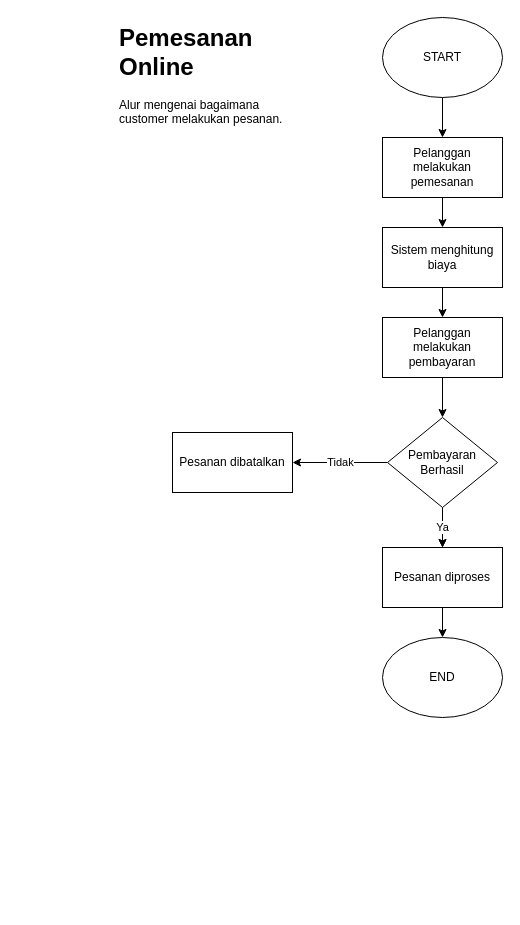
Above: page "Pemesanan Online" (1 of 2) of booking-flowchart.drawio in arzaqulmughny/cucicuci-laundry-management (draw.io), before the change. Source tidied: cells renumbered, new cells numbered last; positions are measured from the earlier drawing's top-left corner, leaving out a move shared by most shapes. Both pictures are drawn from the tidied source at 100%, with x=0, y=0 at pixel (117, 17).
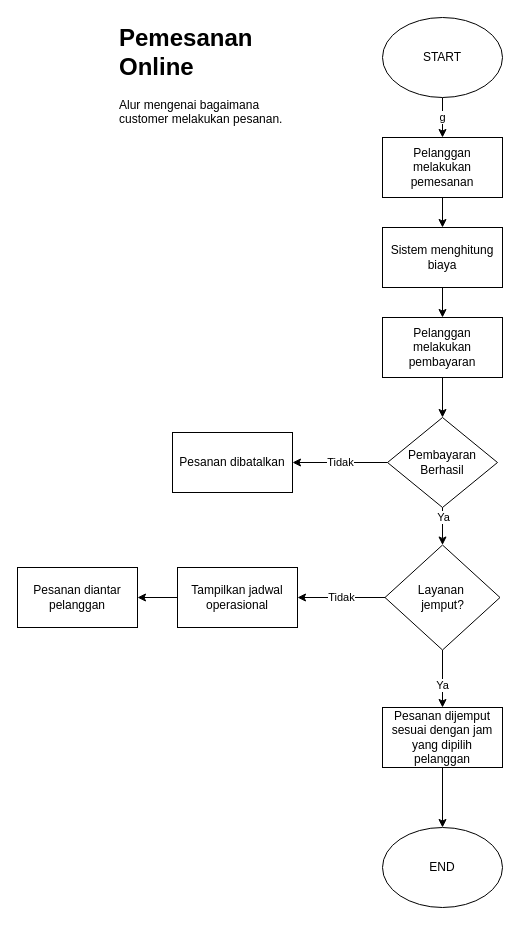
Above is the later version.

Commit message:
booking proccessing flow

Unchanged cells that the change refers to:
```xml
<mxCell id="3" value="START" style="ellipse;whiteSpace=wrap;html=1;" parent="1" vertex="1">
  <mxGeometry x="265" width="120" height="80" as="geometry" />
</mxCell>
<mxCell id="5" value="Pelanggan melakukan pemesanan" style="rounded=0;whiteSpace=wrap;html=1;" parent="1" vertex="1">
  <mxGeometry x="265" y="120" width="120" height="60" as="geometry" />
</mxCell>
<mxCell id="14" value="Pembayaran Berhasil" style="rhombus;whiteSpace=wrap;html=1;" parent="1" vertex="1">
  <mxGeometry x="270" y="400" width="110" height="90" as="geometry" />
</mxCell>
```

The edit, as a diff of the source:
```diff
@@
-    <mxCell id="2" style="edgeStyle=orthogonalEdgeStyle;rounded=0;jettySize=auto;html=1;entryX=0.5;entryY=0;entryDx=0;entryDy=0;" parent="1" edge="1" source="3" target="5">
+    <mxCell id="2" value="g" style="edgeStyle=orthogonalEdgeStyle;rounded=0;jettySize=auto;html=1;entryX=0.5;entryY=0;entryDx=0;entryDy=0;" parent="1" edge="1" source="3" target="5">
       <mxGeometry relative="1" as="geometry" />
     </mxCell>
@@
-    <mxCell id="12" style="edgeStyle=orthogonalEdgeStyle;rounded=0;jettySize=auto;html=1;" parent="1" edge="1" source="14" target="16">
-      <mxGeometry relative="1" as="geometry" />
-    </mxCell>
-    <mxCell id="13" value="Ya" style="edgeStyle=orthogonalEdgeStyle;rounded=0;jettySize=auto;html=1;" parent="1" edge="1" source="14" target="16">
-      <mxGeometry relative="1" as="geometry" />
-    </mxCell>
+    <mxCell id="20" style="edgeStyle=orthogonalEdgeStyle;rounded=0;jettySize=auto;html=1;" parent="1" edge="1" source="14" target="25">
+      <mxGeometry relative="1" as="geometry" />
+    </mxCell>
+    <mxCell id="21" value="Ya" style="edgeLabel;html=1;align=center;verticalAlign=middle;" parent="20" vertex="1">
+      <mxGeometry x="-0.58" relative="1" as="geometry" />
+    </mxCell>
@@
-    <mxCell id="15" style="edgeStyle=orthogonalEdgeStyle;rounded=0;jettySize=auto;html=1;" parent="1" edge="1" source="16" target="17">
-      <mxGeometry relative="1" as="geometry" />
-    </mxCell>
-    <mxCell id="16" value="Pesanan diproses" style="rounded=0;whiteSpace=wrap;html=1;" parent="1" vertex="1">
-      <mxGeometry x="265" y="530" width="120" height="60" as="geometry" />
+    <mxCell id="16" value="Pesanan diantar pelanggan" style="rounded=0;whiteSpace=wrap;html=1;" parent="1" vertex="1">
+      <mxGeometry x="-100" y="550" width="120" height="60" as="geometry" />
     </mxCell>
     <mxCell id="17" value="END" style="ellipse;whiteSpace=wrap;html=1;" parent="1" vertex="1">
-      <mxGeometry x="265" y="620" width="120" height="80" as="geometry" />
+      <mxGeometry x="265" y="810" width="120" height="80" as="geometry" />
     </mxCell>
@@
+    <mxCell id="22" value="Tidak" style="edgeStyle=orthogonalEdgeStyle;rounded=0;jettySize=auto;html=1;entryX=1;entryY=0.5;entryDx=0;entryDy=0;" parent="1" edge="1" source="25" target="27">
+      <mxGeometry relative="1" as="geometry" />
+    </mxCell>
+    <mxCell id="23" style="edgeStyle=orthogonalEdgeStyle;rounded=0;jettySize=auto;html=1;" parent="1" edge="1" source="25" target="29">
+      <mxGeometry relative="1" as="geometry" />
+    </mxCell>
+    <mxCell id="24" value="Ya" style="edgeLabel;html=1;align=center;verticalAlign=middle;" parent="23" vertex="1">
+      <mxGeometry x="0.22" y="-1" relative="1" as="geometry" />
+    </mxCell>
+    <mxCell id="25" value="Layanan&amp;nbsp;&lt;div&gt;jemput?&lt;/div&gt;" style="rhombus;whiteSpace=wrap;html=1;direction=south;" parent="1" vertex="1">
+      <mxGeometry x="267.5" y="527.5" width="115" height="105" as="geometry" />
+    </mxCell>
+    <mxCell id="26" style="edgeStyle=orthogonalEdgeStyle;rounded=0;jettySize=auto;html=1;" parent="1" edge="1" source="27" target="16">
+      <mxGeometry relative="1" as="geometry" />
+    </mxCell>
+    <mxCell id="27" value="Tampilkan jadwal operasional" style="rounded=0;whiteSpace=wrap;html=1;" parent="1" vertex="1">
+      <mxGeometry x="60" y="550" width="120" height="60" as="geometry" />
+    </mxCell>
+    <mxCell id="28" style="edgeStyle=orthogonalEdgeStyle;rounded=0;jettySize=auto;html=1;" parent="1" edge="1" source="29" target="17">
+      <mxGeometry relative="1" as="geometry" />
+    </mxCell>
+    <mxCell id="29" value="Pesanan dijemput sesuai dengan jam yang dipilih pelanggan" style="rounded=0;whiteSpace=wrap;html=1;" parent="1" vertex="1">
+      <mxGeometry x="265" y="690" width="120" height="60" as="geometry" />
+    </mxCell>
```
